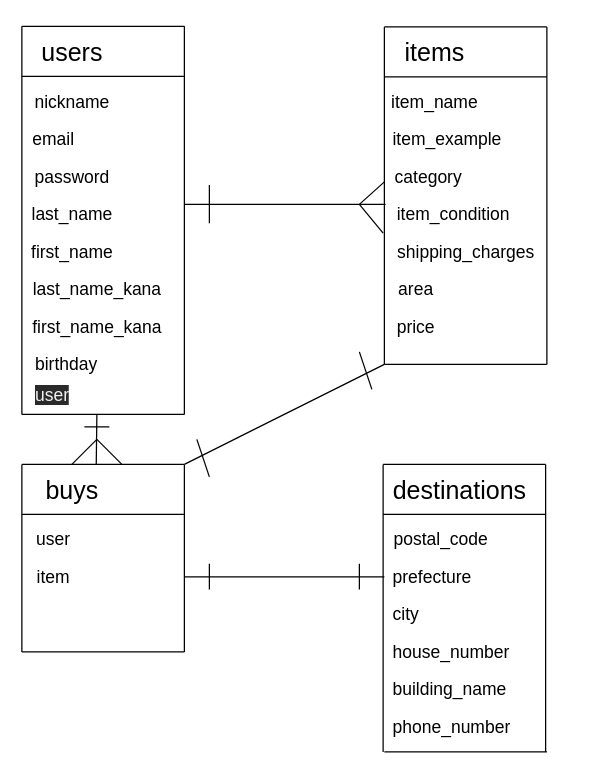
This is furima.dio from yoshihiro-kawamura/furima-31667, a draw.io file, before an edit. Source tidied: cells renumbered, new cells numbered last; positions are measured from the earlier drawing's top-left corner, leaving out a move shared by most shapes. Both pictures are drawn from the tidied source at 125%, with x=0, y=0 at pixel (21, 26).
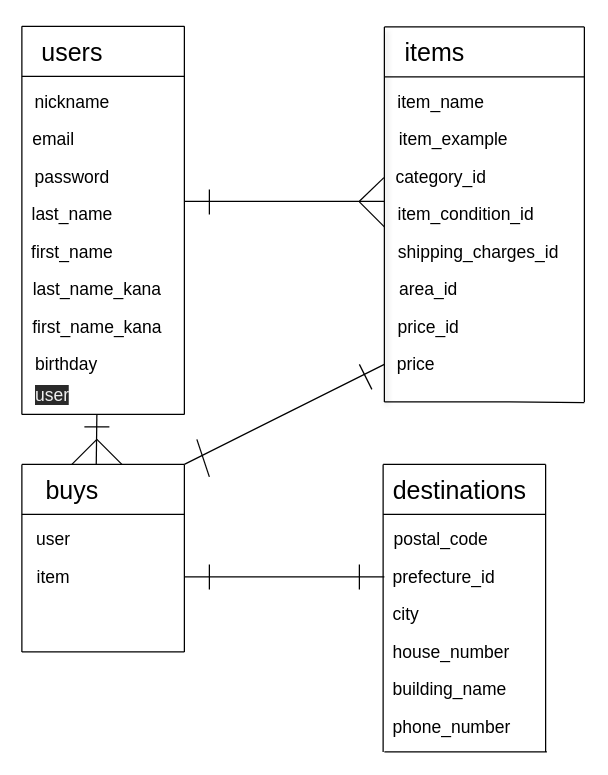
Above is the later version.

Commit message (it also covers changes not shown here):
2回目修正（Active_hash）

Change to the diagram source:
```diff
@@
     <mxCell id="15" style="endArrow=none;html=1;" parent="1" edge="1">
       <mxGeometry relative="1" as="geometry">
         <mxPoint x="290" as="sourcePoint" />
-        <mxPoint x="420" as="targetPoint" />
+        <mxPoint x="450" as="targetPoint" />
         <Array as="points">
           <mxPoint x="290" />
         </Array>
       </mxGeometry>
     </mxCell>
     <mxCell id="16" style="endArrow=none;html=1;" parent="1" edge="1">
       <mxGeometry relative="1" as="geometry">
         <mxPoint x="290" y="40" as="sourcePoint" />
-        <mxPoint x="420" y="40" as="targetPoint" />
+        <mxPoint x="450" y="40" as="targetPoint" />
         <Array as="points">
           <mxPoint x="290" y="40" />
         </Array>
       </mxGeometry>
     </mxCell>
     <mxCell id="17" style="endArrow=none;html=1;" parent="1" edge="1">
       <mxGeometry relative="1" as="geometry">
-        <mxPoint x="290" y="270" as="sourcePoint" />
-        <mxPoint x="420" y="270" as="targetPoint" />
+        <mxPoint x="290" y="300" as="sourcePoint" />
+        <mxPoint x="450" y="300.5" as="targetPoint" />
         <Array as="points">
-          <mxPoint x="290" y="270" />
-          <mxPoint x="340" y="270" />
-          <mxPoint x="380" y="270" />
+          <mxPoint x="290" y="300" />
+          <mxPoint x="340" y="300" />
+          <mxPoint x="380" y="300" />
         </Array>
       </mxGeometry>
     </mxCell>
@@
-    <mxCell id="19" style="endArrow=none;html=1;fontSize=20;" parent="1" edge="1">
+    <mxCell id="19" style="endArrow=none;html=1;fontSize=20;shadow=1;" parent="1" edge="1">
       <mxGeometry relative="1" as="geometry">
-        <mxPoint x="290" y="270" as="sourcePoint" />
+        <mxPoint x="290" y="300" as="sourcePoint" />
         <mxPoint x="290" as="targetPoint" />
       </mxGeometry>
     </mxCell>
     <mxCell id="20" style="endArrow=none;html=1;fontSize=20;" parent="1" edge="1">
       <mxGeometry relative="1" as="geometry">
-        <mxPoint x="420" y="270" as="sourcePoint" />
-        <mxPoint x="420" as="targetPoint" />
+        <mxPoint x="450" y="300" as="sourcePoint" />
+        <mxPoint x="450" as="targetPoint" />
       </mxGeometry>
     </mxCell>
     <mxCell id="21" value="item_name" style="text;html=1;align=center;verticalAlign=middle;strokeWidth=1;fontSize=14;" parent="1" vertex="1">
-      <mxGeometry x="290" y="49.5" width="80" height="20" as="geometry" />
+      <mxGeometry x="295" y="49.5" width="80" height="20" as="geometry" />
     </mxCell>
     <mxCell id="22" value="item_example" style="text;html=1;align=center;verticalAlign=middle;strokeWidth=1;fontSize=14;" parent="1" vertex="1">
-      <mxGeometry x="290" y="79.5" width="100" height="20" as="geometry" />
+      <mxGeometry x="295" y="79.5" width="100" height="20" as="geometry" />
     </mxCell>
-    <mxCell id="23" value="category" style="text;html=1;align=center;verticalAlign=middle;points=[];strokeWidth=1;fontSize=14;" parent="1" vertex="1">
-      <mxGeometry x="290" y="109.5" width="70" height="20" as="geometry" />
+    <mxCell id="23" value="category_id" style="text;html=1;align=center;verticalAlign=middle;points=[];strokeWidth=1;fontSize=14;" parent="1" vertex="1">
+      <mxGeometry x="290" y="109.5" width="90" height="20" as="geometry" />
     </mxCell>
-    <mxCell id="24" value="item_condition" style="text;html=1;align=center;verticalAlign=middle;points=[];strokeWidth=1;fontSize=14;" parent="1" vertex="1">
-      <mxGeometry x="290" y="139.5" width="110" height="20" as="geometry" />
+    <mxCell id="24" value="item_condition_id" style="text;html=1;align=center;verticalAlign=middle;points=[];strokeWidth=1;fontSize=14;" parent="1" vertex="1">
+      <mxGeometry x="295" y="139.5" width="120" height="20" as="geometry" />
     </mxCell>
-    <mxCell id="25" value="area" style="text;html=1;align=center;verticalAlign=middle;strokeWidth=1;fontSize=14;" parent="1" vertex="1">
-      <mxGeometry x="295" y="199.5" width="40" height="20" as="geometry" />
+    <mxCell id="25" value="area_id" style="text;html=1;align=center;verticalAlign=middle;strokeWidth=1;fontSize=14;" parent="1" vertex="1">
+      <mxGeometry x="295" y="199.5" width="60" height="20" as="geometry" />
     </mxCell>
-    <mxCell id="26" value="shipping_charges" style="text;html=1;align=center;verticalAlign=middle;strokeWidth=1;fontSize=14;" parent="1" vertex="1">
-      <mxGeometry x="290" y="169.5" width="130" height="20" as="geometry" />
+    <mxCell id="26" value="shipping_charges_id" style="text;html=1;align=center;verticalAlign=middle;strokeWidth=1;fontSize=14;" parent="1" vertex="1">
+      <mxGeometry x="295" y="169.5" width="140" height="20" as="geometry" />
     </mxCell>
-    <mxCell id="27" style="endArrow=none;html=1;fontSize=14;entryX=0.009;entryY=0.125;entryDx=0;entryDy=0;entryPerimeter=0;" parent="1" edge="1" target="24">
+    <mxCell id="27" style="endArrow=none;html=1;fontSize=14;" parent="1" edge="1">
       <mxGeometry relative="1" as="geometry">
-        <mxPoint x="130" y="142" as="sourcePoint" />
+        <mxPoint x="130" y="139.5" as="sourcePoint" />
+        <mxPoint x="290" y="139.5" as="targetPoint" />
       </mxGeometry>
     </mxCell>
-    <mxCell id="28" style="endArrow=none;html=1;fontSize=14;" parent="1" edge="1">
+    <mxCell id="28" style="endArrow=none;html=1;fontSize=14;entryX=-0.004;entryY=0.555;entryDx=0;entryDy=0;entryPerimeter=0;" parent="1" edge="1" target="23">
       <mxGeometry relative="1" as="geometry">
-        <mxPoint x="270" y="142" as="sourcePoint" />
-        <mxPoint x="290" y="124" as="targetPoint" />
+        <mxPoint x="270" y="139.5" as="sourcePoint" />
       </mxGeometry>
     </mxCell>
-    <mxCell id="29" style="endArrow=none;html=1;fontSize=14;exitX=-0.009;exitY=1.175;exitDx=0;exitDy=0;exitPerimeter=0;" parent="1" edge="1">
+    <mxCell id="29" style="endArrow=none;html=1;fontSize=14;" parent="1" edge="1">
       <mxGeometry relative="1" as="geometry">
-        <mxPoint x="289" y="165" as="sourcePoint" />
-        <mxPoint x="270" y="142" as="targetPoint" />
+        <mxPoint x="290" y="160" as="sourcePoint" />
+        <mxPoint x="270" y="140" as="targetPoint" />
       </mxGeometry>
     </mxCell>
     <mxCell id="30" style="endArrow=none;html=1;fontSize=14;" parent="1" edge="1">
       <mxGeometry relative="1" as="geometry">
-        <mxPoint x="150" y="157" as="sourcePoint" />
-        <mxPoint x="150" y="126.5" as="targetPoint" />
+        <mxPoint x="150" y="150" as="sourcePoint" />
+        <mxPoint x="150" y="130" as="targetPoint" />
       </mxGeometry>
     </mxCell>
@@
-    <mxCell id="37" value="price" style="text;html=1;align=center;verticalAlign=middle;strokeWidth=1;fontSize=14;" parent="1" vertex="1">
-      <mxGeometry x="290" y="230" width="50" height="20" as="geometry" />
+    <mxCell id="37" value="price_id" style="text;html=1;align=center;verticalAlign=middle;strokeWidth=1;fontSize=14;" parent="1" vertex="1">
+      <mxGeometry x="295" y="229.5" width="60" height="20" as="geometry" />
     </mxCell>
@@
-    <mxCell id="48" value="prefecture" style="text;html=1;align=left;verticalAlign=middle;strokeWidth=1;fontSize=14;labelPosition=center;verticalLabelPosition=middle;" parent="1" vertex="1">
-      <mxGeometry x="295" y="430" width="80" height="20" as="geometry" />
+    <mxCell id="48" value="prefecture_id" style="text;html=1;align=left;verticalAlign=middle;strokeWidth=1;fontSize=14;labelPosition=center;verticalLabelPosition=middle;" parent="1" vertex="1">
+      <mxGeometry x="295" y="430" width="100" height="20" as="geometry" />
     </mxCell>
@@
     <mxCell id="54" style="endArrow=none;html=1;fontSize=14;" parent="1" edge="1">
       <mxGeometry relative="1" as="geometry">
         <mxPoint x="270" y="450" as="sourcePoint" />
-        <mxPoint x="270" y="429.5" as="targetPoint" />
+        <mxPoint x="270" y="430" as="targetPoint" />
       </mxGeometry>
     </mxCell>
     <mxCell id="55" style="endArrow=none;html=1;fontSize=14;" parent="1" edge="1">
       <mxGeometry relative="1" as="geometry">
         <mxPoint x="150" y="450" as="sourcePoint" />
-        <mxPoint x="150" y="429.5" as="targetPoint" />
+        <mxPoint x="150" y="430" as="targetPoint" />
       </mxGeometry>
     </mxCell>
@@
     <mxCell id="57" style="endArrow=none;html=1;fontSize=14;" parent="1" edge="1">
       <mxGeometry relative="1" as="geometry">
         <mxPoint x="280" y="290" as="sourcePoint" />
-        <mxPoint x="270" y="260" as="targetPoint" />
+        <mxPoint x="270" y="270" as="targetPoint" />
       </mxGeometry>
     </mxCell>
@@
+    <mxCell id="64" value="price" style="text;html=1;align=center;verticalAlign=middle;strokeWidth=1;fontSize=14;" parent="1" vertex="1">
+      <mxGeometry x="290" y="260" width="50" height="20" as="geometry" />
+    </mxCell>
```
